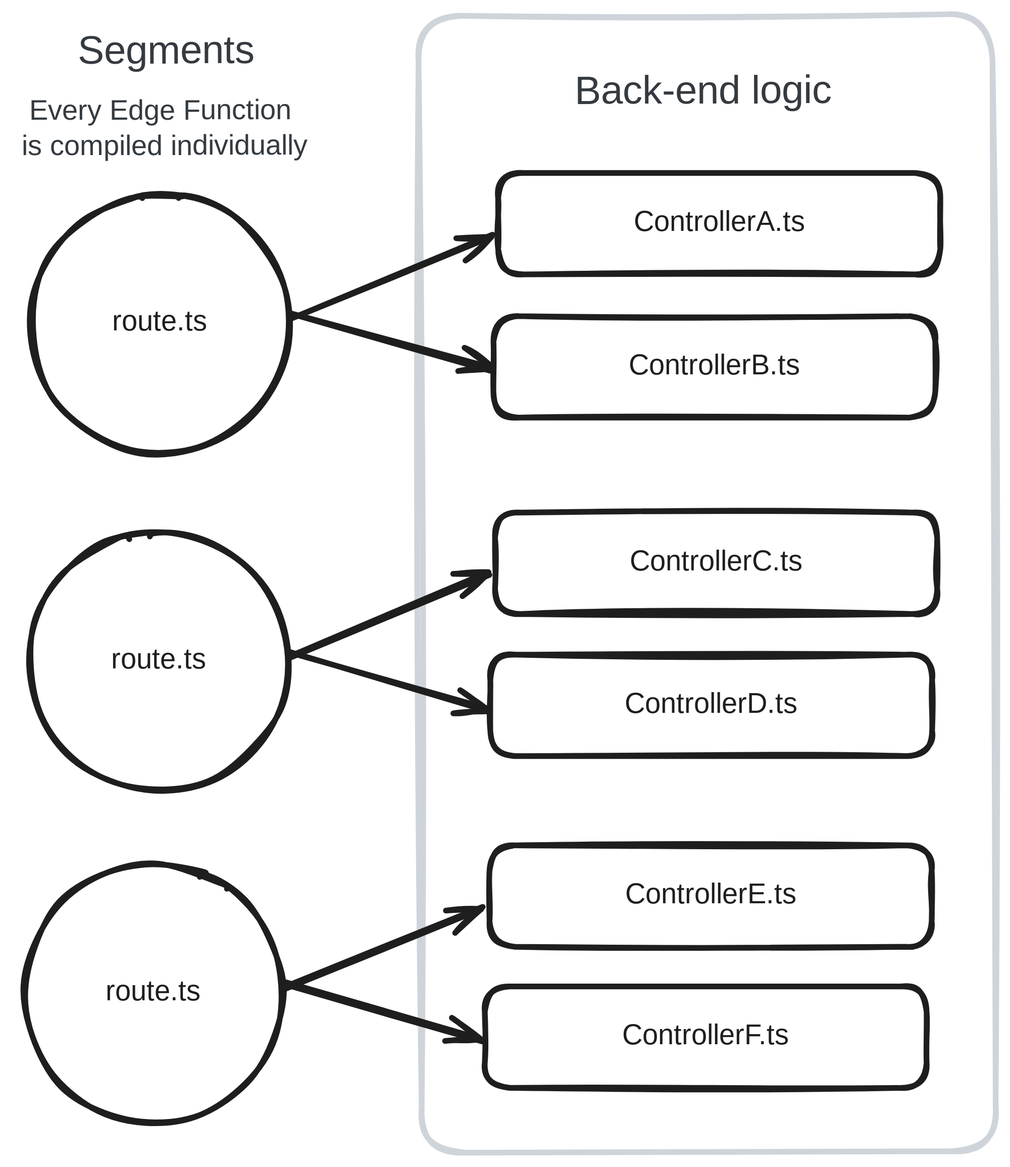
Earlier version of the Excalidraw export docs/src/excalidraw/vovk-segments.svg (finom/vovk). Source tidied: one line per element, renumbered; positions are measured from the earlier drawing's top-left corner, leaving out a move shared by most shapes.
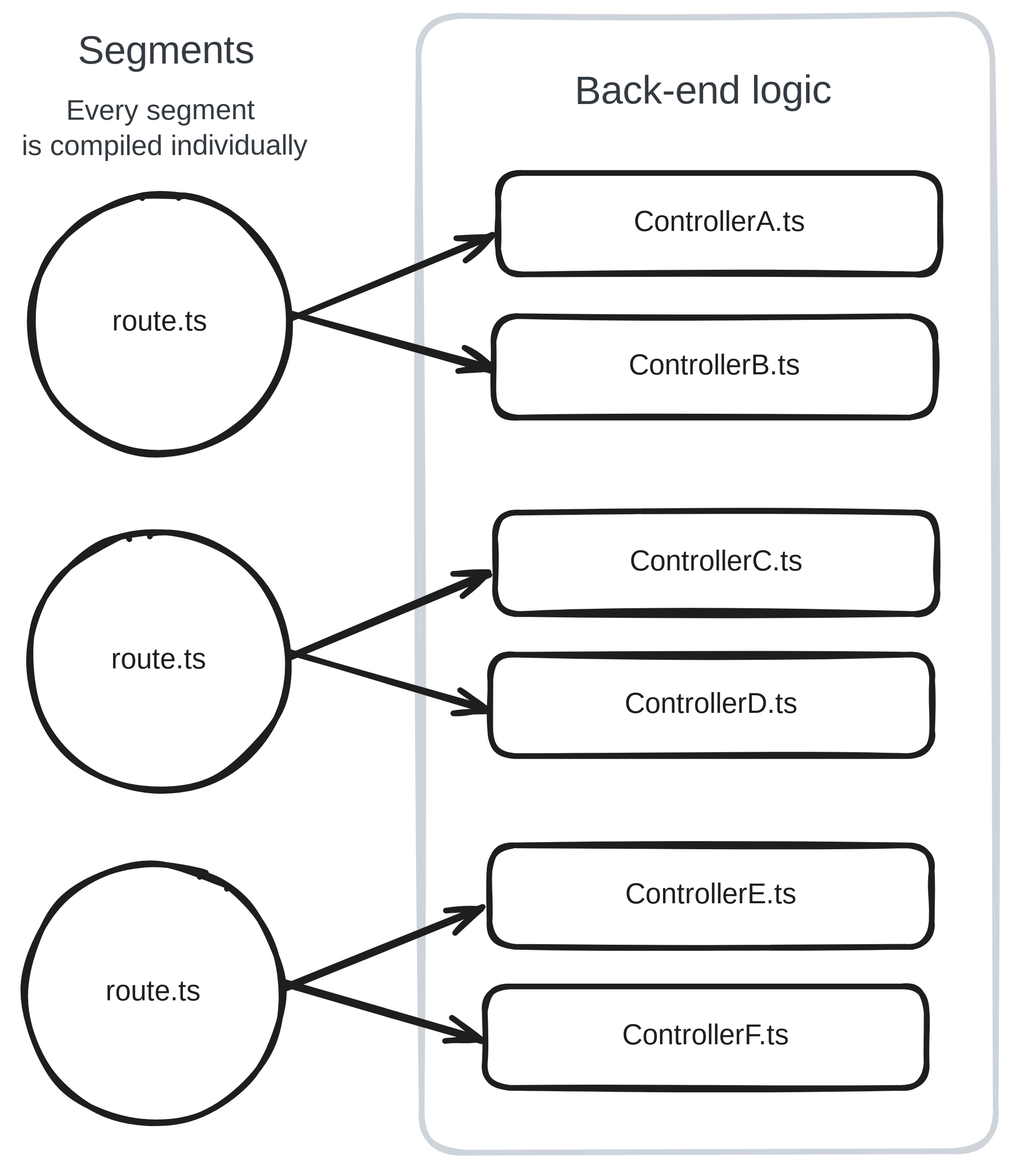
Later version of the same file.

Commit message:
docs: drop the Edge runtime

Diff of the diagram source:
```diff
@@ -25,4 +25,4 @@
 {"id": 24, "type": "text", "text": "route.ts", "strokeColor": "#1e1e1e", "strokeWidth": 4, "roughness": 1, "fontSize": 20, "fontFamily": 5, "textAlign": "center", "verticalAlign": "middle", "inside": 23, "x": 58, "y": 679, "width": 81, "height": 25}
 {"id": 25, "type": "text", "text": "Back-end logic", "strokeColor": "#343a40", "angle": 6.28, "strokeWidth": 4, "roughness": 1, "fontSize": 28, "fontFamily": 5, "x": 396, "y": 38, "width": 195, "height": 35}
 {"id": 26, "type": "text", "text": "Segments", "strokeColor": "#343a40", "angle": 6.28, "strokeWidth": 4, "roughness": 1, "fontSize": 28, "fontFamily": 5, "x": 45, "y": 10, "width": 127, "height": 35}
-{"id": 27, "type": "text", "text": "Every Edge Function \nis compiled individually", "strokeColor": "#343a40", "angle": 6.28, "strokeWidth": 4, "roughness": 1, "fontSize": 20, "fontFamily": 5, "textAlign": "center", "x": 0, "y": 56, "width": 212, "height": 50}
+{"id": 27, "type": "text", "text": "Every segment \nis compiled individually", "strokeColor": "#343a40", "angle": 6.28, "strokeWidth": 4, "roughness": 1, "fontSize": 20, "fontFamily": 5, "textAlign": "center", "x": 0, "y": 56, "width": 212, "height": 50}
```
